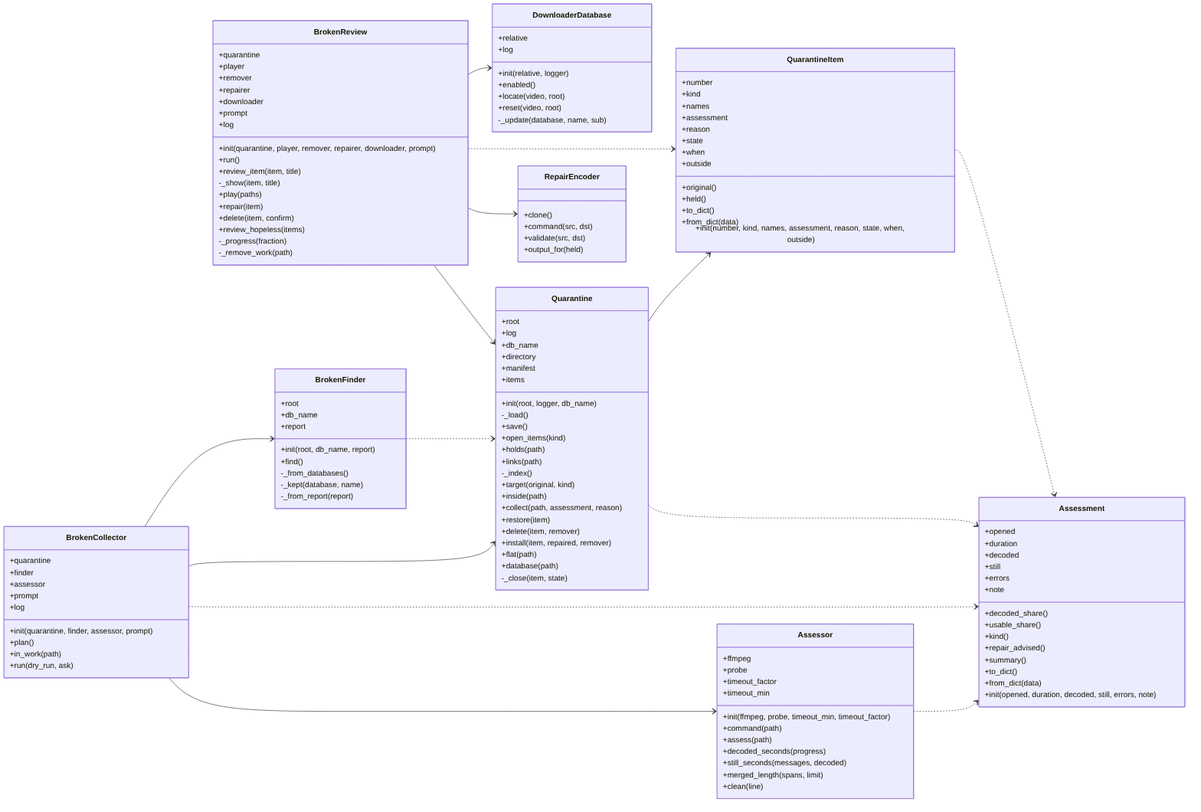
Earlier version of the Mermaid export docs/img/uml_broken.png (peddanet/mediatools). Its source is kept beside it as docs/img/uml_broken.mmd. Its diagram source:
```mermaid
classDiagram
  direction LR
  class Assessment {
    +opened
    +duration
    +decoded
    +still
    +errors
    +note
    +decoded_share()
    +usable_share()
    +kind()
    +repair_advised()
    +summary()
    +to_dict()
    +from_dict(data)
    +init(opened, duration, decoded, still, errors, note)
  }
  class Assessor {
    +ffmpeg
    +probe
    +timeout_factor
    +timeout_min
    +init(ffmpeg, probe, timeout_min, timeout_factor)
    +command(path)
    +assess(path)
    +decoded_seconds(progress)
    +still_seconds(messages, decoded)
    +merged_length(spans, limit)
    +clean(line)
  }
  class BrokenCollector {
    +quarantine
    +finder
    +assessor
    +prompt
    +log
    +init(quarantine, finder, assessor, prompt)
    +plan()
    +in_work(path)
    +run(dry_run, ask)
  }
  class DownloaderDatabase {
    +relative
    +log
    +init(relative, logger)
    +enabled()
    +locate(video, root)
    +reset(video, root)
    -_update(database, name, sub)
  }
  class BrokenFinder {
    +root
    +db_name
    +report
    +init(root, db_name, report)
    +find()
    -_from_databases()
    -_kept(database, name)
    -_from_report(report)
  }
  class Quarantine {
    +root
    +log
    +db_name
    +directory
    +manifest
    +items
    +init(root, logger, db_name)
    -_load()
    +save()
    +open_items(kind)
    +holds(path)
    +links(path)
    -_index()
    +target(original, kind)
    +inside(path)
    +collect(path, assessment, reason)
    +restore(item)
    +delete(item, remover)
    +install(item, repaired, remover)
    +flat(path)
    +database(path)
    -_close(item, state)
  }
  class QuarantineItem {
    +number
    +kind
    +names
    +assessment
    +reason
    +state
    +when
    +outside
    +original()
    +held()
    +to_dict()
    +from_dict(data)
    +init(number, kind, names, assessment, reason, state, when, outside)
  }
  class RepairEncoder {
    +clone()
    +command(src, dst)
    +validate(src, dst)
    +output_for(held)
  }
  class BrokenReview {
    +quarantine
    +player
    +remover
    +repairer
    +downloader
    +prompt
    +log
    +init(quarantine, player, remover, repairer, downloader, prompt)
    +run()
    +review_item(item, title)
    -_show(item, title)
    +play(paths)
    +repair(item)
    +delete(item, confirm)
    +review_hopeless(items)
    -_progress(fraction)
    -_remove_work(path)
  }
  Assessor ..> Assessment
  BrokenCollector ..> Assessment
  BrokenCollector --> Assessor
  BrokenCollector --> BrokenFinder
  BrokenCollector --> Quarantine
  BrokenFinder ..> Quarantine
  Quarantine ..> Assessment
  Quarantine --> QuarantineItem
  QuarantineItem ..> Assessment
  BrokenReview --> DownloaderDatabase
  BrokenReview --> Quarantine
  BrokenReview ..> QuarantineItem
  BrokenReview --> RepairEncoder
```
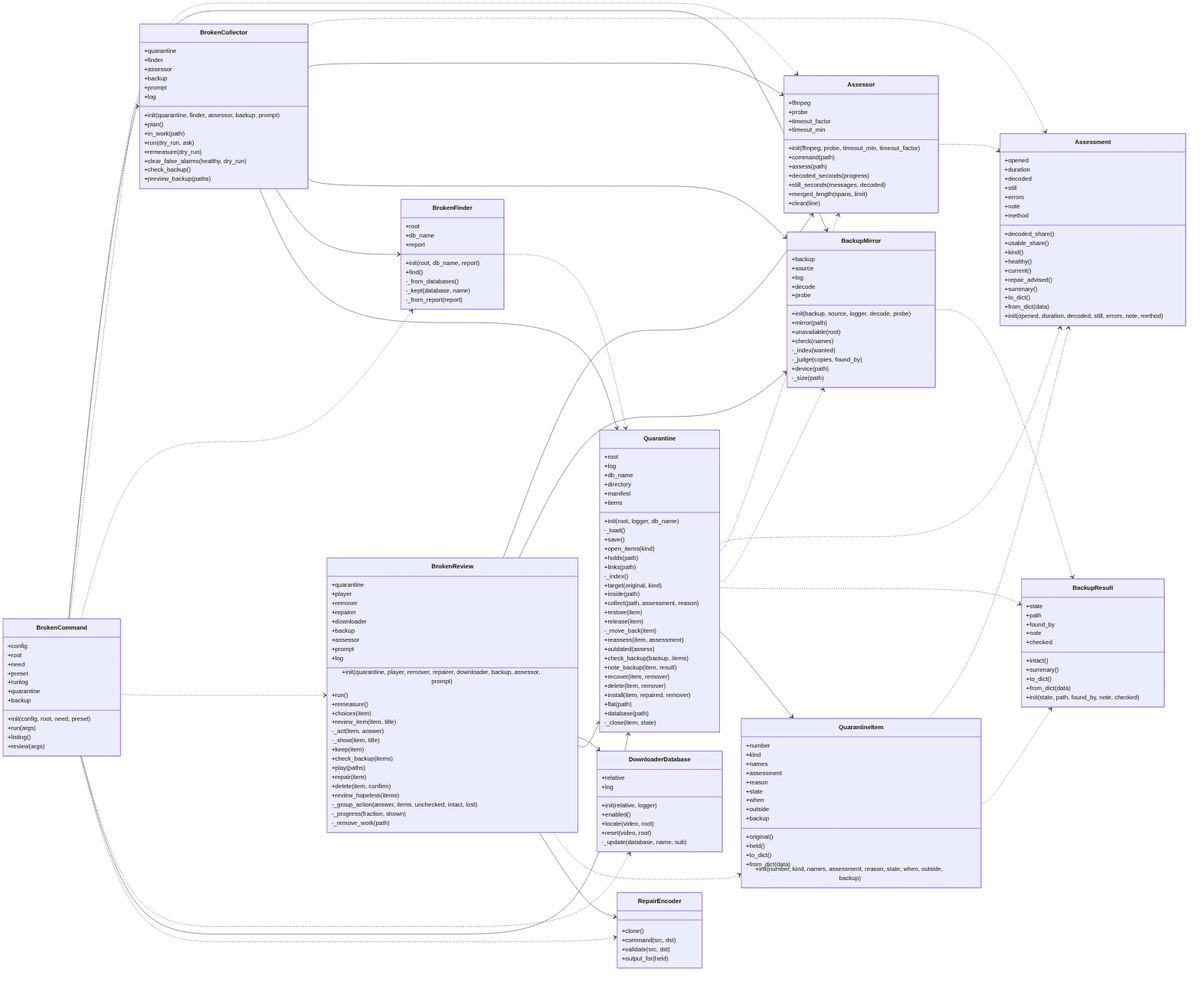
The same file after the commit.

What changed in the source:
```diff
@@ -7,14 +7,17 @@
     +still
     +errors
     +note
+    +method
     +decoded_share()
     +usable_share()
     +kind()
+    +healthy()
+    +current()
     +repair_advised()
     +summary()
     +to_dict()
     +from_dict(data)
-    +init(opened, duration, decoded, still, errors, note)
+    +init(opened, duration, decoded, still, errors, note, method)
   }
   class Assessor {
     +ffmpeg
@@ -29,16 +32,61 @@
     +merged_length(spans, limit)
     +clean(line)
   }
+  class BackupMirror {
+    +backup
+    +source
+    +log
+    +decode
+    +probe
+    +init(backup, source, logger, decode, probe)
+    +mirror(path)
+    +unavailable(root)
+    +check(names)
+    -_index(wanted)
+    -_judge(copies, found_by)
+    +device(path)
+    -_size(path)
+  }
+  class BackupResult {
+    +state
+    +path
+    +found_by
+    +note
+    +checked
+    +intact()
+    +summary()
+    +to_dict()
+    +from_dict(data)
+    +init(state, path, found_by, note, checked)
+  }
   class BrokenCollector {
     +quarantine
     +finder
     +assessor
+    +backup
     +prompt
     +log
-    +init(quarantine, finder, assessor, prompt)
+    +init(quarantine, finder, assessor, backup, prompt)
     +plan()
     +in_work(path)
     +run(dry_run, ask)
+    +remeasure(dry_run)
+    +clear_false_alarms(healthy, dry_run)
+    +check_backup()
+    +preview_backup(paths)
+  }
+  class BrokenCommand {
+    +config
+    +root
+    +need
+    +preset
+    +runlog
+    +quarantine
+    +backup
+    +init(config, root, need, preset)
+    +run(args)
+    +listing()
+    +review(args)
   }
   class DownloaderDatabase {
     +relative
@@ -77,6 +125,13 @@
     +inside(path)
     +collect(path, assessment, reason)
     +restore(item)
+    +release(item)
+    -_move_back(item)
+    +reassess(item, assessment)
+    +outdated(assess)
+    +check_backup(backup, items)
+    +note_backup(item, result)
+    +recover(item, remover)
     +delete(item, remover)
     +install(item, repaired, remover)
     +flat(path)
@@ -92,11 +147,12 @@
     +state
     +when
     +outside
+    +backup
     +original()
     +held()
     +to_dict()
     +from_dict(data)
-    +init(number, kind, names, assessment, reason, state, when, outside)
+    +init(number, kind, names, assessment, reason, state, when, outside, backup)
   }
   class RepairEncoder {
     +clone()
@@ -110,28 +166,52 @@
     +remover
     +repairer
     +downloader
+    +backup
+    +assessor
     +prompt
     +log
-    +init(quarantine, player, remover, repairer, downloader, prompt)
+    +init(quarantine, player, remover, repairer, downloader, backup, assessor, prompt)
     +run()
+    +remeasure()
+    +choices(item)
     +review_item(item, title)
+    -_act(item, answer)
     -_show(item, title)
+    +keep(item)
+    +check_backup(items)
     +play(paths)
     +repair(item)
     +delete(item, confirm)
     +review_hopeless(items)
-    -_progress(fraction)
+    -_group_action(answer, items, unchecked, intact, lost)
+    -_progress(fraction, shown)
     -_remove_work(path)
   }
   Assessor ..> Assessment
+  BackupMirror ..> BackupResult
   BrokenCollector ..> Assessment
   BrokenCollector --> Assessor
+  BrokenCollector --> BackupMirror
   BrokenCollector --> BrokenFinder
   BrokenCollector --> Quarantine
+  BrokenCommand ..> Assessor
+  BrokenCommand --> BackupMirror
+  BrokenCommand ..> BrokenCollector
+  BrokenCommand ..> BrokenFinder
+  BrokenCommand ..> BrokenReview
+  BrokenCommand ..> DownloaderDatabase
+  BrokenCommand --> Quarantine
+  BrokenCommand ..> RepairEncoder
   BrokenFinder ..> Quarantine
   Quarantine ..> Assessment
+  Quarantine ..> Assessor
+  Quarantine ..> BackupMirror
+  Quarantine ..> BackupResult
   Quarantine --> QuarantineItem
   QuarantineItem ..> Assessment
+  QuarantineItem ..> BackupResult
+  BrokenReview --> Assessor
+  BrokenReview --> BackupMirror
   BrokenReview --> DownloaderDatabase
   BrokenReview --> Quarantine
   BrokenReview ..> QuarantineItem
```
